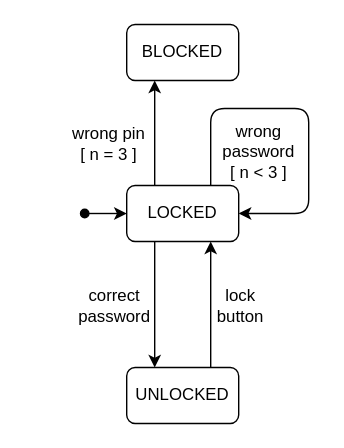
Before: drawio/testing-techniques/model-based-testing/examples/blocked_condition_machine.drawio in sttp-book/sttp-book, a draw.io diagram. Source tidied: cells renumbered, new cells numbered last; positions are measured from the earlier drawing's top-left corner, leaving out a move shared by most shapes. Both pictures are drawn from the tidied source at 140%, with x=0, y=0 at pixel (84, 24).
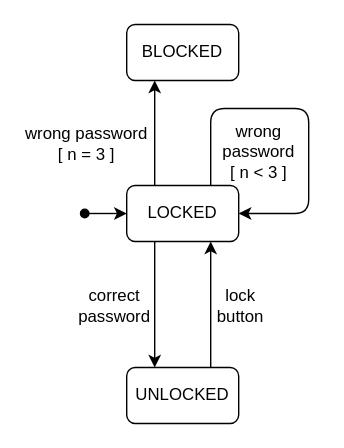
Above is the later version.

Commit message (it also covers changes not shown here):
fix figures (password, instead of pin)

What changed in the source:
```diff
@@
 <mxGraphModel>
   <root>
     <mxCell id="0" />
     <mxCell id="1" parent="0" />
     <mxCell id="2" style="edgeStyle=orthogonalEdgeStyle;rounded=0;jettySize=auto;html=1;exitX=0.25;exitY=0;exitDx=0;exitDy=0;entryX=0.25;entryY=1;entryDx=0;entryDy=0;labelBackgroundColor=none;startArrow=none;startFill=0;" parent="1" edge="1" source="4" target="13">
       <mxGeometry relative="1" as="geometry" />
     </mxCell>
-    <mxCell id="3" value="&lt;div&gt;wrong pin&lt;/div&gt;&lt;div&gt;[ n = 3 ]&lt;br&gt;&lt;/div&gt;" style="text;html=1;align=center;verticalAlign=middle;labelBackgroundColor=none;" parent="2" vertex="1">
+    <mxCell id="3" value="&lt;div&gt;wrong password&lt;/div&gt;&lt;div&gt;[ n = 3 ]&lt;br&gt;&lt;/div&gt;" style="text;html=1;align=center;verticalAlign=middle;labelBackgroundColor=none;" parent="2" vertex="1">
       <mxGeometry x="0.24" y="1" relative="1" as="geometry">
-        <mxPoint x="-33" y="16" as="offset" />
+        <mxPoint x="-49" y="16" as="offset" />
       </mxGeometry>
     </mxCell>
     <mxCell id="4" value="LOCKED" style="rounded=1;whiteSpace=wrap;html=1;labelBackgroundColor=none;" parent="1" vertex="1">
       <mxGeometry x="30" y="115" width="80" height="40" as="geometry" />
     </mxCell>
     <mxCell id="5" style="edgeStyle=orthogonalEdgeStyle;rounded=0;jettySize=auto;html=1;exitX=0.75;exitY=0;exitDx=0;exitDy=0;entryX=0.75;entryY=1;entryDx=0;entryDy=0;labelBackgroundColor=none;startArrow=none;startFill=0;" parent="1" edge="1" source="7" target="4">
       <mxGeometry relative="1" as="geometry" />
     </mxCell>
     <mxCell id="6" value="&lt;div&gt;lock &lt;br&gt;&lt;/div&gt;&lt;div&gt;button&lt;/div&gt;" style="text;html=1;align=center;verticalAlign=middle;labelBackgroundColor=none;" parent="5" vertex="1">
       <mxGeometry x="-0.24" y="1" relative="1" as="geometry">
         <mxPoint x="21" y="-11" as="offset" />
       </mxGeometry>
     </mxCell>
     <mxCell id="7" value="UNLOCKED" style="rounded=1;whiteSpace=wrap;html=1;labelBackgroundColor=none;" parent="1" vertex="1">
       <mxGeometry x="30" y="245" width="80" height="40" as="geometry" />
     </mxCell>
     <mxCell id="8" style="endArrow=classic;html=1;labelBackgroundColor=none;entryX=0;entryY=0.5;entryDx=0;entryDy=0;startArrow=oval;startFill=1;" parent="1" edge="1" target="4">
       <mxGeometry relative="1" as="geometry">
         <mxPoint y="135" as="sourcePoint" />
       </mxGeometry>
     </mxCell>
     <mxCell id="9" style="endArrow=classic;html=1;labelBackgroundColor=none;exitX=0.25;exitY=1;exitDx=0;exitDy=0;entryX=0.25;entryY=0;entryDx=0;entryDy=0;" parent="1" edge="1" source="4" target="7">
       <mxGeometry relative="1" as="geometry" />
     </mxCell>
     <mxCell id="10" value="&lt;div&gt;correct&lt;/div&gt;&lt;div&gt;password&lt;br&gt;&lt;/div&gt;" style="text;html=1;align=center;verticalAlign=middle;labelBackgroundColor=none;" parent="9" vertex="1">
       <mxGeometry x="0.31" y="3" relative="1" as="geometry">
         <mxPoint x="-33" y="-14" as="offset" />
       </mxGeometry>
     </mxCell>
     <mxCell id="11" style="endArrow=classic;html=1;labelBackgroundColor=none;exitX=0.75;exitY=0;exitDx=0;exitDy=0;entryX=1;entryY=0.5;entryDx=0;entryDy=0;" parent="1" edge="1" source="4" target="4">
       <mxGeometry relative="1" as="geometry">
         <Array as="points">
           <mxPoint x="90" y="60" />
           <mxPoint x="160" y="60" />
           <mxPoint x="160" y="135" />
         </Array>
       </mxGeometry>
     </mxCell>
     <mxCell id="12" value="&lt;div&gt;wrong&lt;/div&gt;&lt;div&gt;password&lt;/div&gt;&lt;div&gt;[ n &amp;lt; 3 ]&lt;br&gt;&lt;/div&gt;" style="text;html=1;align=center;verticalAlign=middle;labelBackgroundColor=none;" parent="11" vertex="1">
       <mxGeometry x="-0.14" y="-2" relative="1" as="geometry">
         <mxPoint x="-20" y="28" as="offset" />
       </mxGeometry>
     </mxCell>
     <mxCell id="13" value="BLOCKED" style="rounded=1;whiteSpace=wrap;html=1;labelBackgroundColor=none;" parent="1" vertex="1">
       <mxGeometry x="30" width="80" height="40" as="geometry" />
     </mxCell>
   </root>
 </mxGraphModel>
```
